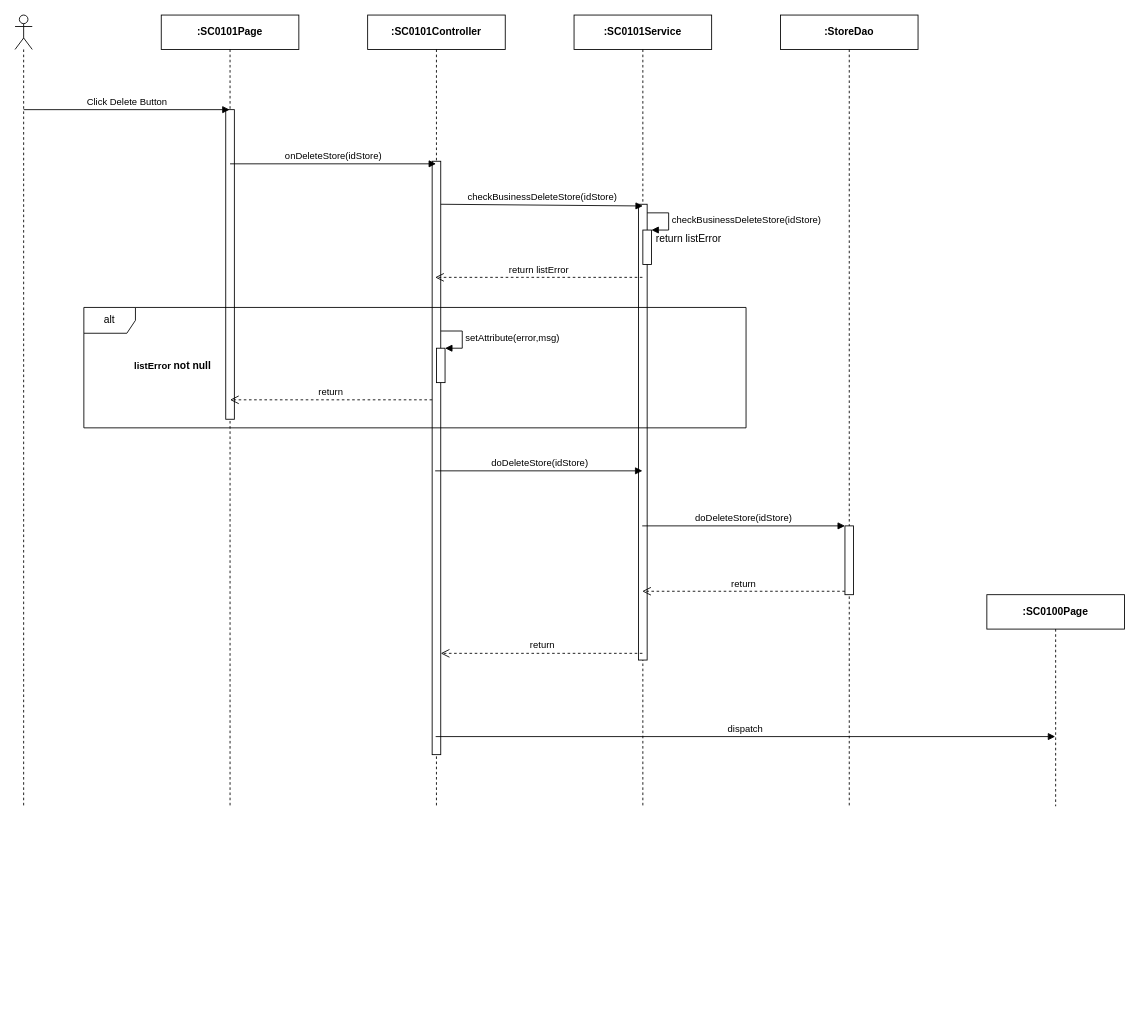
luannmdev/CapstoneDocument keeps this draw.io diagram as page "Ev04" (4 of 7) of Users/LuanNM/SEQ Diagram Review/sc01/SC0101_StoreDetail.drawio. Above is the earlier version. Source tidied: cells renumbered, new cells numbered last; positions are measured from the earlier drawing's top-left corner, leaving out a move shared by most shapes. Both pictures are drawn from the tidied source at 86%, with x=0, y=0 at pixel (15, 15).
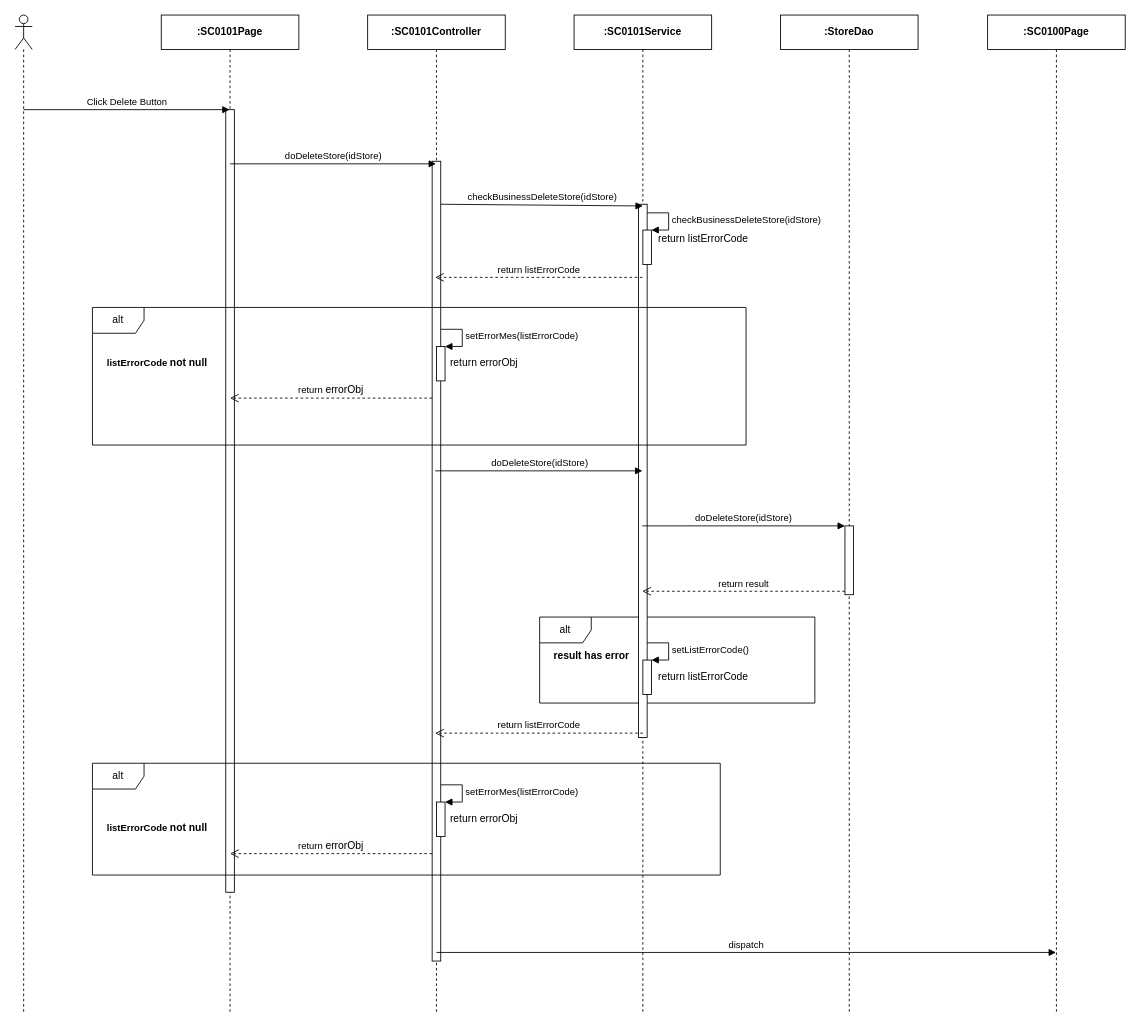
After the change.

The change refers to these unchanged cells:
```xml
<mxCell id="24" style="html=1;points=[];perimeter=orthogonalPerimeter;" parent="1" vertex="1">
  <mxGeometry x="965" y="594" width="10" height="80" as="geometry" />
</mxCell>
```

The edit, as a diff of the source:
```diff
@@
+    <mxCell id="29" value="alt" style="shape=umlFrame;whiteSpace=wrap;html=1;" parent="1" vertex="1">
+      <mxGeometry x="610" y="700" width="320" height="100" as="geometry" />
+    </mxCell>
     <mxCell id="2" style="shape=umlLifeline;participant=umlActor;perimeter=lifelinePerimeter;whiteSpace=wrap;html=1;verticalAlign=top;spacingTop=36;" parent="1" vertex="1">
-      <mxGeometry width="20" height="920" as="geometry" />
+      <mxGeometry width="20" height="1160" as="geometry" />
     </mxCell>
     <mxCell id="3" value="&lt;b&gt;:SC0101Page&lt;/b&gt;" style="shape=umlLifeline;perimeter=lifelinePerimeter;whiteSpace=wrap;html=1;outlineConnect=0;" parent="1" vertex="1">
-      <mxGeometry x="170" width="160" height="920" as="geometry" />
+      <mxGeometry x="170" width="160" height="1160" as="geometry" />
     </mxCell>
     <mxCell id="4" style="html=1;perimeter=orthogonalPerimeter;" parent="3" vertex="1">
-      <mxGeometry x="75" y="110" width="10" height="360" as="geometry" />
+      <mxGeometry x="75" y="110" width="10" height="910" as="geometry" />
     </mxCell>
     <mxCell id="5" value="&lt;b&gt;:StoreDao&lt;/b&gt;" style="shape=umlLifeline;perimeter=lifelinePerimeter;whiteSpace=wrap;html=1;" parent="1" vertex="1">
-      <mxGeometry x="890" width="160" height="920" as="geometry" />
+      <mxGeometry x="890" width="160" height="1160" as="geometry" />
     </mxCell>
     <mxCell id="6" value="&lt;b&gt;:&lt;/b&gt;&lt;b&gt;SC0101&lt;/b&gt;&lt;b&gt;Service&lt;/b&gt;" style="shape=umlLifeline;perimeter=lifelinePerimeter;whiteSpace=wrap;html=1;" parent="1" vertex="1">
-      <mxGeometry x="650" width="160" height="920" as="geometry" />
+      <mxGeometry x="650" width="160" height="1160" as="geometry" />
     </mxCell>
     <mxCell id="7" style="html=1;perimeter=orthogonalPerimeter;" parent="6" vertex="1">
-      <mxGeometry x="75" y="220" width="10" height="530" as="geometry" />
+      <mxGeometry x="75" y="220" width="10" height="620" as="geometry" />
     </mxCell>
     <mxCell id="8" value="&lt;b&gt;:SC0101Controller&lt;/b&gt;" style="shape=umlLifeline;perimeter=lifelinePerimeter;whiteSpace=wrap;html=1;" parent="1" vertex="1">
-      <mxGeometry x="410" width="160" height="920" as="geometry" />
+      <mxGeometry x="410" width="160" height="1160" as="geometry" />
     </mxCell>
     <mxCell id="9" style="html=1;perimeter=orthogonalPerimeter;" parent="8" vertex="1">
-      <mxGeometry x="75" y="170" width="10" height="690" as="geometry" />
+      <mxGeometry x="75" y="170" width="10" height="930" as="geometry" />
     </mxCell>
@@
-    <mxCell id="11" value="onDeleteStore(idStore)" style="html=1;verticalAlign=bottom;endArrow=block;" parent="1" edge="1">
+    <mxCell id="11" value="doDeleteStore(idStore)" style="html=1;verticalAlign=bottom;endArrow=block;" parent="1" edge="1">
       <mxGeometry relative="1" as="geometry">
         <mxPoint x="250" y="173" as="sourcePoint" />
         <mxPoint x="489.5" y="173" as="targetPoint" />
       </mxGeometry>
     </mxCell>
@@
-    <mxCell id="13" value="return listError" style="html=1;verticalAlign=bottom;endArrow=open;dashed=1;endSize=8;" parent="1" edge="1">
+    <mxCell id="13" value="return listErrorCode" style="html=1;verticalAlign=bottom;endArrow=open;dashed=1;endSize=8;" parent="1" edge="1">
       <mxGeometry relative="1" as="geometry">
         <mxPoint x="729.5" y="305" as="sourcePoint" />
         <mxPoint x="488.5" y="305" as="targetPoint" />
       </mxGeometry>
     </mxCell>
-    <mxCell id="14" value="alt" style="shape=umlFrame;whiteSpace=wrap;html=1;" parent="1" vertex="1">
-      <mxGeometry x="80" y="340" width="770" height="140" as="geometry" />
-    </mxCell>
-    <mxCell id="15" value="&lt;span style=&quot;font-size: 11px ; background-color: rgb(255 , 255 , 255)&quot;&gt;&lt;b&gt;listError&amp;nbsp;&lt;/b&gt;&lt;/span&gt;&lt;b&gt;not null&lt;/b&gt;" style="text;html=1;align=center;verticalAlign=middle;" parent="1" vertex="1">
-      <mxGeometry x="133" y="398" width="100" height="20" as="geometry" />
-    </mxCell>
-    <mxCell id="16" style="html=1;points=[];perimeter=orthogonalPerimeter;" parent="1" vertex="1">
-      <mxGeometry x="490" y="387.4" width="10" height="40" as="geometry" />
-    </mxCell>
-    <mxCell id="17" value="setAttribute(error,msg)" style="edgeStyle=orthogonalEdgeStyle;html=1;align=left;spacingLeft=2;endArrow=block;rounded=0;entryX=1;entryY=0;" parent="1" edge="1" target="16">
-      <mxGeometry relative="1" as="geometry">
-        <mxPoint x="495" y="367.4" as="sourcePoint" />
-        <Array as="points">
-          <mxPoint x="520" y="367.4" />
-        </Array>
-      </mxGeometry>
-    </mxCell>
-    <mxCell id="18" value="return" style="html=1;verticalAlign=bottom;endArrow=open;dashed=1;endSize=8;" parent="1" edge="1">
-      <mxGeometry relative="1" as="geometry">
-        <mxPoint x="485" y="447.4" as="sourcePoint" />
-        <mxPoint x="250" y="447.4" as="targetPoint" />
-      </mxGeometry>
-    </mxCell>
@@
-    <mxCell id="20" value="return" style="html=1;verticalAlign=bottom;endArrow=open;dashed=1;endSize=8;" parent="1" edge="1">
-      <mxGeometry relative="1" as="geometry">
-        <mxPoint x="729.5" y="742.2" as="sourcePoint" />
-        <mxPoint x="495" y="742.2" as="targetPoint" />
-      </mxGeometry>
-    </mxCell>
@@
-    <mxCell id="23" value="return listError" style="text;html=1;align=center;verticalAlign=middle;" parent="1" vertex="1">
-      <mxGeometry x="738" y="250" width="90" height="20" as="geometry" />
+    <mxCell id="23" value="return listErrorCode" style="text;html=1;align=center;verticalAlign=middle;" parent="1" vertex="1">
+      <mxGeometry x="740" y="250" width="120" height="20" as="geometry" />
     </mxCell>
@@
-    <mxCell id="26" value="return" style="html=1;verticalAlign=bottom;endArrow=open;dashed=1;endSize=8;exitX=0;exitY=0.95;" parent="1" edge="1" source="24">
+    <mxCell id="26" value="return result" style="html=1;verticalAlign=bottom;endArrow=open;dashed=1;endSize=8;exitX=0;exitY=0.95;" parent="1" edge="1" source="24">
       <mxGeometry relative="1" as="geometry">
         <mxPoint x="729.3" y="670" as="targetPoint" />
       </mxGeometry>
     </mxCell>
     <mxCell id="27" value="dispatch" style="html=1;verticalAlign=bottom;endArrow=block;" parent="1" edge="1" target="28">
       <mxGeometry relative="1" as="geometry">
-        <mxPoint x="489.1" y="839" as="sourcePoint" />
+        <mxPoint x="490" y="1090" as="sourcePoint" />
       </mxGeometry>
     </mxCell>
     <mxCell id="28" value="&lt;b&gt;:SC0100Page&lt;/b&gt;" style="shape=umlLifeline;perimeter=lifelinePerimeter;whiteSpace=wrap;html=1;outlineConnect=0;" parent="1" vertex="1">
-      <mxGeometry x="1130" y="674" width="160" height="246" as="geometry" />
+      <mxGeometry x="1130.9" width="160" height="1160" as="geometry" />
     </mxCell>
+    <mxCell id="30" value="alt" style="shape=umlFrame;whiteSpace=wrap;html=1;" parent="1" vertex="1">
+      <mxGeometry x="90" y="340" width="760" height="160" as="geometry" />
+    </mxCell>
+    <mxCell id="31" value="&lt;b&gt;&lt;span style=&quot;font-size: 11px ; background-color: rgb(255 , 255 , 255)&quot;&gt;listErrorCode&amp;nbsp;&lt;/span&gt;not null&lt;/b&gt;" style="text;html=1;align=center;verticalAlign=middle;" parent="1" vertex="1">
+      <mxGeometry x="100" y="395.4" width="130" height="20" as="geometry" />
+    </mxCell>
+    <mxCell id="32" style="html=1;points=[];perimeter=orthogonalPerimeter;" parent="1" vertex="1">
+      <mxGeometry x="490" y="385.4" width="10" height="40" as="geometry" />
+    </mxCell>
+    <mxCell id="33" value="setErrorMes(listErrorCode)" style="edgeStyle=orthogonalEdgeStyle;html=1;align=left;spacingLeft=2;endArrow=block;rounded=0;entryX=1;entryY=0;" parent="1" edge="1" target="32">
+      <mxGeometry relative="1" as="geometry">
+        <mxPoint x="495" y="365.4" as="sourcePoint" />
+        <Array as="points">
+          <mxPoint x="520" y="365.4" />
+        </Array>
+      </mxGeometry>
+    </mxCell>
+    <mxCell id="34" value="return&amp;nbsp;&lt;span style=&quot;font-size: 12px ; background-color: rgb(248 , 249 , 250)&quot;&gt;errorObj&lt;/span&gt;" style="html=1;verticalAlign=bottom;endArrow=open;dashed=1;endSize=8;" parent="1" edge="1">
+      <mxGeometry relative="1" as="geometry">
+        <mxPoint x="485" y="445.4" as="sourcePoint" />
+        <mxPoint x="250" y="445.4" as="targetPoint" />
+      </mxGeometry>
+    </mxCell>
+    <mxCell id="35" value="return errorObj" style="text;html=1;align=center;verticalAlign=middle;" parent="1" vertex="1">
+      <mxGeometry x="500" y="395.4" width="90" height="20" as="geometry" />
+    </mxCell>
+    <mxCell id="36" value="alt" style="shape=umlFrame;whiteSpace=wrap;html=1;" parent="1" vertex="1">
+      <mxGeometry x="90" y="870" width="730" height="130" as="geometry" />
+    </mxCell>
+    <mxCell id="37" value="result has error" style="text;html=1;align=center;verticalAlign=middle;fontStyle=1;" parent="1" vertex="1">
+      <mxGeometry x="620" y="735" width="100" height="20" as="geometry" />
+    </mxCell>
+    <mxCell id="38" style="html=1;points=[];perimeter=orthogonalPerimeter;" parent="1" vertex="1">
+      <mxGeometry x="730" y="750" width="10" height="40" as="geometry" />
+    </mxCell>
+    <mxCell id="39" value="setListErrorCode()" style="edgeStyle=orthogonalEdgeStyle;html=1;align=left;spacingLeft=2;endArrow=block;rounded=0;entryX=1;entryY=0;" parent="1" edge="1" target="38">
+      <mxGeometry relative="1" as="geometry">
+        <mxPoint x="735" y="730" as="sourcePoint" />
+        <Array as="points">
+          <mxPoint x="760" y="730" />
+        </Array>
+      </mxGeometry>
+    </mxCell>
+    <mxCell id="40" value="return listErrorCode" style="text;html=1;align=center;verticalAlign=middle;" parent="1" vertex="1">
+      <mxGeometry x="740" y="760" width="120" height="20" as="geometry" />
+    </mxCell>
+    <mxCell id="41" style="html=1;points=[];perimeter=orthogonalPerimeter;" parent="1" vertex="1">
+      <mxGeometry x="490" y="915.1" width="10" height="40" as="geometry" />
+    </mxCell>
+    <mxCell id="42" value="setErrorMes(listErrorCode)" style="edgeStyle=orthogonalEdgeStyle;html=1;align=left;spacingLeft=2;endArrow=block;rounded=0;entryX=1;entryY=0;" parent="1" edge="1" target="41">
+      <mxGeometry relative="1" as="geometry">
+        <mxPoint x="495" y="895.1" as="sourcePoint" />
+        <Array as="points">
+          <mxPoint x="520" y="895.1" />
+        </Array>
+      </mxGeometry>
+    </mxCell>
+    <mxCell id="43" value="return&amp;nbsp;&lt;span style=&quot;font-size: 12px ; background-color: rgb(248 , 249 , 250)&quot;&gt;errorObj&lt;/span&gt;" style="html=1;verticalAlign=bottom;endArrow=open;dashed=1;endSize=8;" parent="1" edge="1">
+      <mxGeometry relative="1" as="geometry">
+        <mxPoint x="485" y="975.1" as="sourcePoint" />
+        <mxPoint x="250" y="975.1" as="targetPoint" />
+      </mxGeometry>
+    </mxCell>
+    <mxCell id="44" value="return errorObj" style="text;html=1;align=center;verticalAlign=middle;" parent="1" vertex="1">
+      <mxGeometry x="500" y="925.1" width="90" height="20" as="geometry" />
+    </mxCell>
+    <mxCell id="45" value="return listErrorCode" style="html=1;verticalAlign=bottom;endArrow=open;dashed=1;endSize=8;" parent="1" edge="1">
+      <mxGeometry relative="1" as="geometry">
+        <mxPoint x="730" y="835" as="sourcePoint" />
+        <mxPoint x="488.5" y="835" as="targetPoint" />
+      </mxGeometry>
+    </mxCell>
+    <mxCell id="46" value="&lt;b&gt;&lt;span style=&quot;font-size: 11px ; background-color: rgb(255 , 255 , 255)&quot;&gt;listErrorCode&amp;nbsp;&lt;/span&gt;not null&lt;/b&gt;" style="text;html=1;align=center;verticalAlign=middle;" parent="1" vertex="1">
+      <mxGeometry x="100" y="935.1" width="130" height="20" as="geometry" />
+    </mxCell>
```
